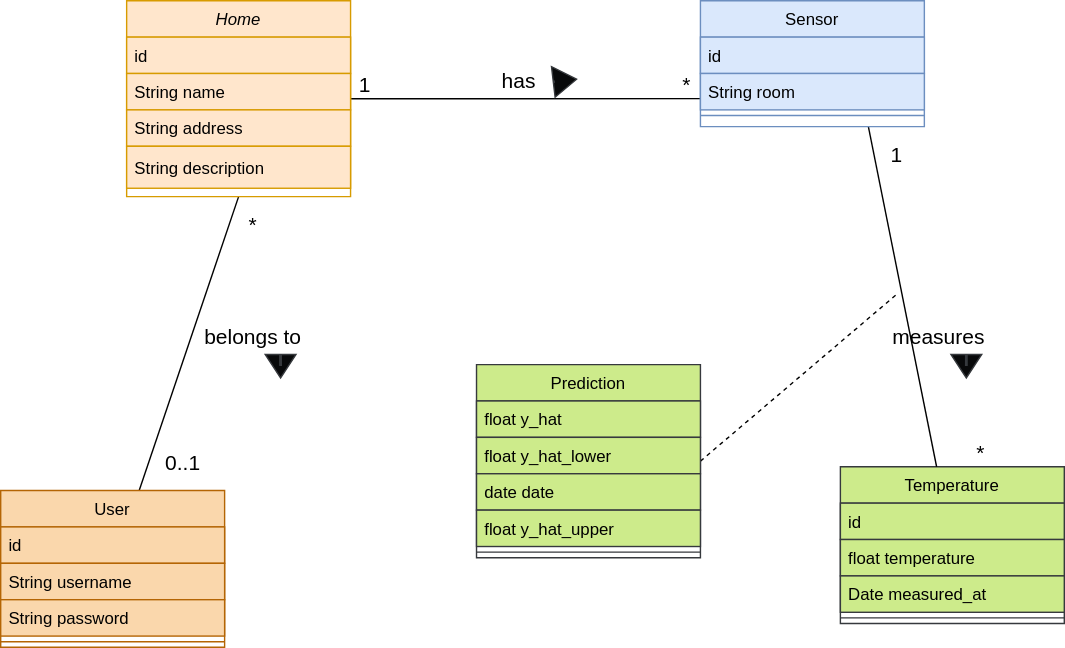
Above: api_uml_diagram.svg in MarcVivas/MyClimate (draw.io), before the change. Source tidied: cells renumbered, new cells last; positions are measured from the earlier drawing's top-left corner, leaving out a move shared by most shapes.
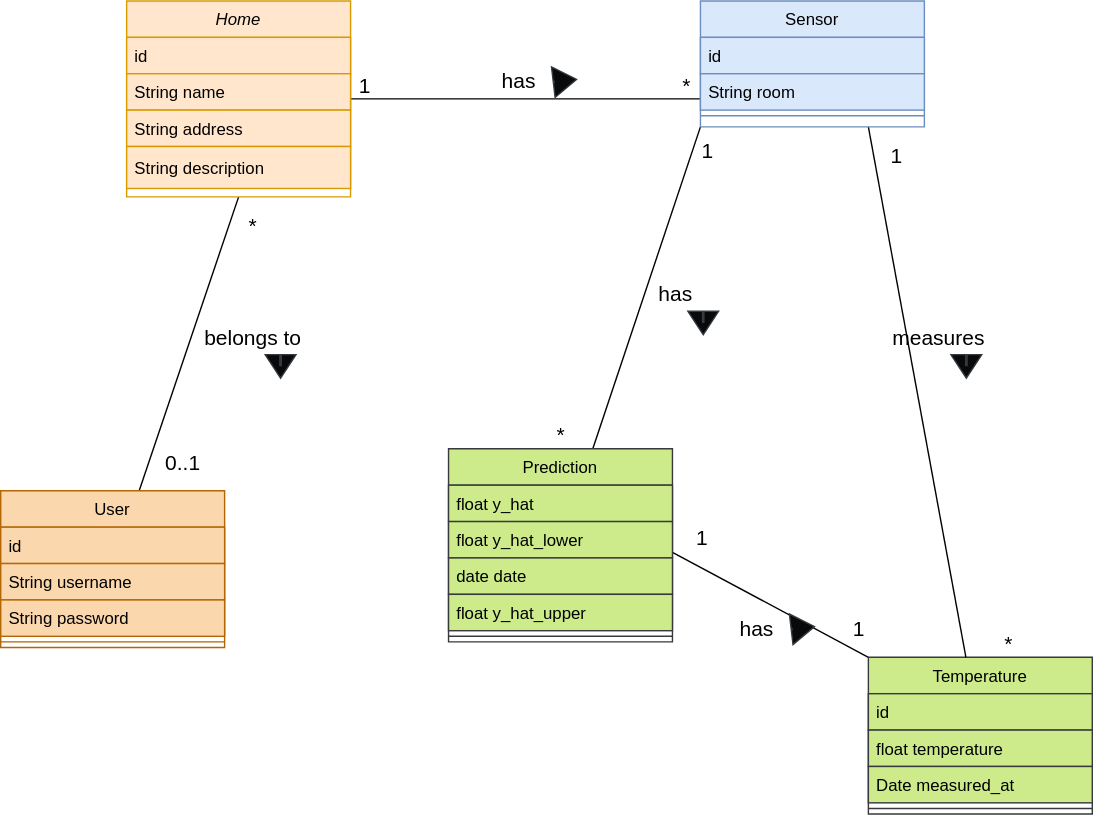
After the change.

Change to the diagram source:
```diff
@@ -38,8 +38,11 @@
     <mxCell id="13" style="line;html=1;strokeWidth=1;align=left;verticalAlign=middle;spacingTop=-1;spacingLeft=3;spacingRight=3;labelPosition=right;fillColor=#fad7ac;strokeColor=#b46504;" parent="9" vertex="1">
       <mxGeometry y="104" width="160" height="8" as="geometry" />
     </mxCell>
+    <mxCell id="43" style="rounded=0;jettySize=auto;html=1;exitX=0;exitY=0;exitDx=0;exitDy=0;entryX=1;entryY=0.846;entryDx=0;entryDy=0;entryPerimeter=0;endArrow=none;endFill=0;" parent="1" edge="1" source="14" target="38">
+      <mxGeometry relative="1" as="geometry" />
+    </mxCell>
     <mxCell id="14" value="Temperature" style="swimlane;fontStyle=0;align=center;verticalAlign=top;horizontal=1;startSize=26;rounded=0;shadow=0;strokeWidth=1;fillColor=#cdeb8b;strokeColor=#36393d;" parent="1" vertex="1">
-      <mxGeometry x="600" y="333" width="160" height="112" as="geometry" />
+      <mxGeometry x="620" y="469" width="160" height="112" as="geometry" />
     </mxCell>
     <mxCell id="15" value="id" style="text;align=left;verticalAlign=top;spacingLeft=4;spacingRight=4;overflow=hidden;fillColor=#cdeb8b;strokeColor=#36393d;" parent="14" vertex="1">
       <mxGeometry y="26" width="160" height="26" as="geometry" />
@@ -56,6 +59,9 @@
     <mxCell id="19" style="edgeStyle=none;rounded=0;jettySize=auto;html=1;exitX=0.75;exitY=1;exitDx=0;exitDy=0;fontSize=15;endArrow=none;endFill=0;fillColor=#08090A;" parent="1" edge="1" source="20" target="14">
       <mxGeometry relative="1" as="geometry" />
     </mxCell>
+    <mxCell id="44" style="rounded=0;jettySize=auto;html=1;exitX=0;exitY=1;exitDx=0;exitDy=0;endArrow=none;endFill=0;" parent="1" edge="1" source="20" target="36">
+      <mxGeometry relative="1" as="geometry" />
+    </mxCell>
     <mxCell id="20" value="Sensor" style="swimlane;fontStyle=0;align=center;verticalAlign=top;horizontal=1;startSize=26;rounded=0;shadow=0;strokeWidth=1;fillColor=#dae8fc;strokeColor=#6c8ebf;" parent="1" vertex="1">
       <mxGeometry x="500" width="160" height="90" as="geometry" />
     </mxCell>
@@ -102,18 +108,13 @@
       </mxGeometry>
     </mxCell>
     <mxCell id="33" value="*" style="text;html=1;align=center;verticalAlign=middle;strokeColor=none;fillColor=none;fontSize=15;" parent="1" vertex="1">
-      <mxGeometry x="690" y="313" width="20" height="20" as="geometry" />
+      <mxGeometry x="710" y="449" width="20" height="20" as="geometry" />
     </mxCell>
     <mxCell id="34" value="1" style="text;html=1;align=center;verticalAlign=middle;strokeColor=none;fillColor=none;fontSize=15;" parent="1" vertex="1">
       <mxGeometry x="630" y="100" width="20" height="20" as="geometry" />
     </mxCell>
-    <mxCell id="35" style="rounded=0;jettySize=auto;html=1;exitX=1;exitY=0.5;exitDx=0;exitDy=0;endArrow=none;endFill=0;dashed=1;" parent="1" edge="1" source="36">
-      <mxGeometry relative="1" as="geometry">
-        <mxPoint x="640" y="210" as="targetPoint" />
-      </mxGeometry>
-    </mxCell>
     <mxCell id="36" value="Prediction" style="swimlane;fontStyle=0;align=center;verticalAlign=top;horizontal=1;startSize=26;rounded=0;shadow=0;strokeWidth=1;fillColor=#cdeb8b;strokeColor=#36393d;" parent="1" vertex="1">
-      <mxGeometry x="340" y="260" width="160" height="138" as="geometry" />
+      <mxGeometry x="320" y="320" width="160" height="138" as="geometry" />
     </mxCell>
     <mxCell id="37" value="float y_hat" style="text;align=left;verticalAlign=top;spacingLeft=4;spacingRight=4;overflow=hidden;fillColor=#cdeb8b;strokeColor=#36393d;" parent="36" vertex="1">
       <mxGeometry y="26" width="160" height="26" as="geometry" />
@@ -136,5 +137,35 @@
         <mxPoint x="412" y="56" as="targetPoint" />
       </mxGeometry>
     </mxCell>
+    <mxCell id="45" value="*" style="text;html=1;align=center;verticalAlign=middle;strokeColor=none;fillColor=none;fontSize=15;" parent="1" vertex="1">
+      <mxGeometry x="390" y="300" width="20" height="20" as="geometry" />
+    </mxCell>
+    <mxCell id="46" value="1" style="text;html=1;align=center;verticalAlign=middle;strokeColor=none;fillColor=none;fontSize=15;" parent="1" vertex="1">
+      <mxGeometry x="495" y="97" width="20" height="20" as="geometry" />
+    </mxCell>
+    <mxCell id="47" value="has" style="text;html=1;align=center;verticalAlign=middle;strokeColor=none;fillColor=none;fontSize=15;" parent="1" vertex="1">
+      <mxGeometry x="461" y="194" width="42" height="30" as="geometry" />
+    </mxCell>
+    <mxCell id="48" style="shape=flexArrow;endArrow=classic;html=1;rounded=0;fontSize=15;width=1;endSize=5.25;fillColor=#08090A;strokeColor=#36393d;" parent="1" edge="1">
+      <mxGeometry relative="1" as="geometry">
+        <mxPoint x="502" y="229" as="sourcePoint" />
+        <mxPoint x="502" y="239" as="targetPoint" />
+      </mxGeometry>
+    </mxCell>
+    <mxCell id="49" value="1" style="text;html=1;align=center;verticalAlign=middle;strokeColor=none;fillColor=none;fontSize=15;" parent="1" vertex="1">
+      <mxGeometry x="491" y="373" width="20" height="20" as="geometry" />
+    </mxCell>
+    <mxCell id="50" value="1" style="text;html=1;align=center;verticalAlign=middle;strokeColor=none;fillColor=none;fontSize=15;" parent="1" vertex="1">
+      <mxGeometry x="603" y="438" width="20" height="20" as="geometry" />
+    </mxCell>
+    <mxCell id="51" value="&lt;font style=&quot;font-size: 15px&quot;&gt;has &lt;br&gt;&lt;/font&gt;" style="text;html=1;align=center;verticalAlign=middle;strokeColor=none;fillColor=none;" parent="1" vertex="1">
+      <mxGeometry x="519" y="433" width="42" height="30" as="geometry" />
+    </mxCell>
+    <mxCell id="52" style="shape=flexArrow;endArrow=classic;html=1;rounded=0;fontSize=15;width=1;endSize=5.25;fillColor=#08090A;strokeColor=#36393d;" parent="1" edge="1">
+      <mxGeometry relative="1" as="geometry">
+        <mxPoint x="565" y="449" as="sourcePoint" />
+        <mxPoint x="582" y="447" as="targetPoint" />
+      </mxGeometry>
+    </mxCell>
   </root>
 </mxGraphModel>
```
